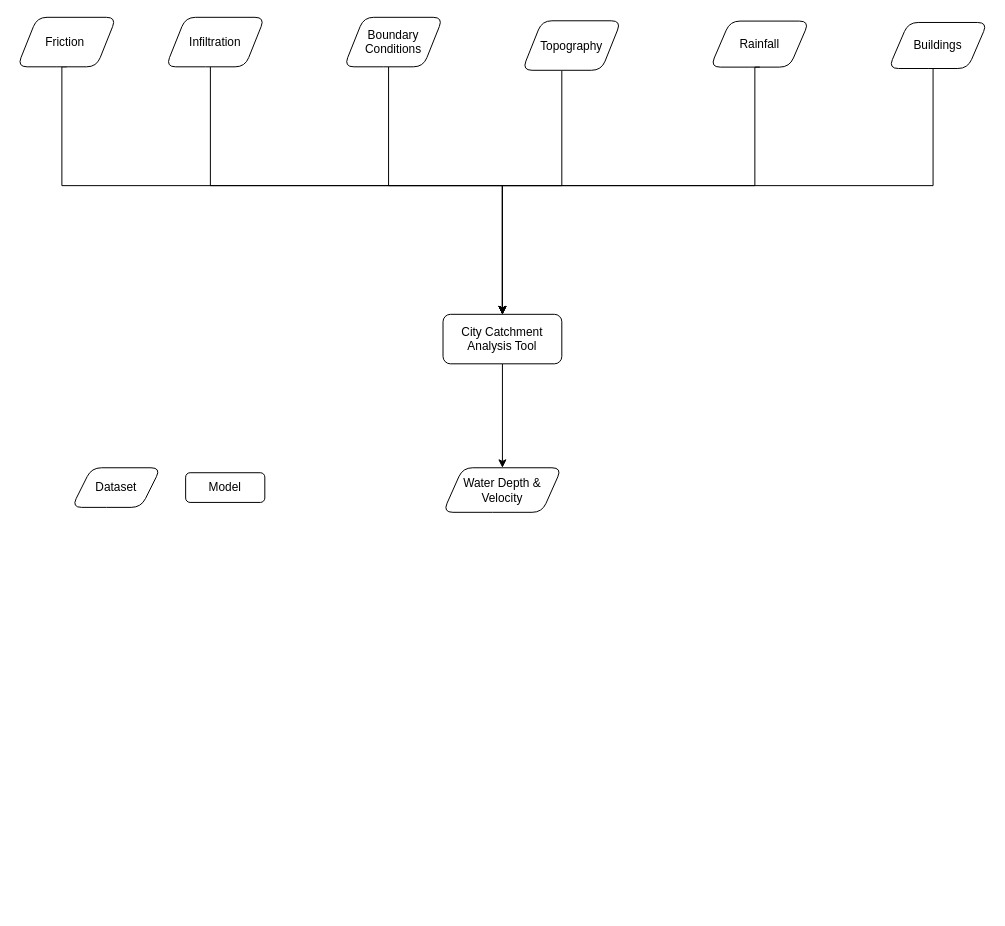
This is citycat/openclim-citycat-workflow.drawio from OpenCLIM/workflow-diagrams, a draw.io file, before an edit. Source tidied: cells renumbered, new cells numbered last; positions are measured from the earlier drawing's top-left corner, leaving out a move shared by most shapes. Both pictures are drawn from the tidied source at 99%, with x=0, y=0 at pixel (17, 17).
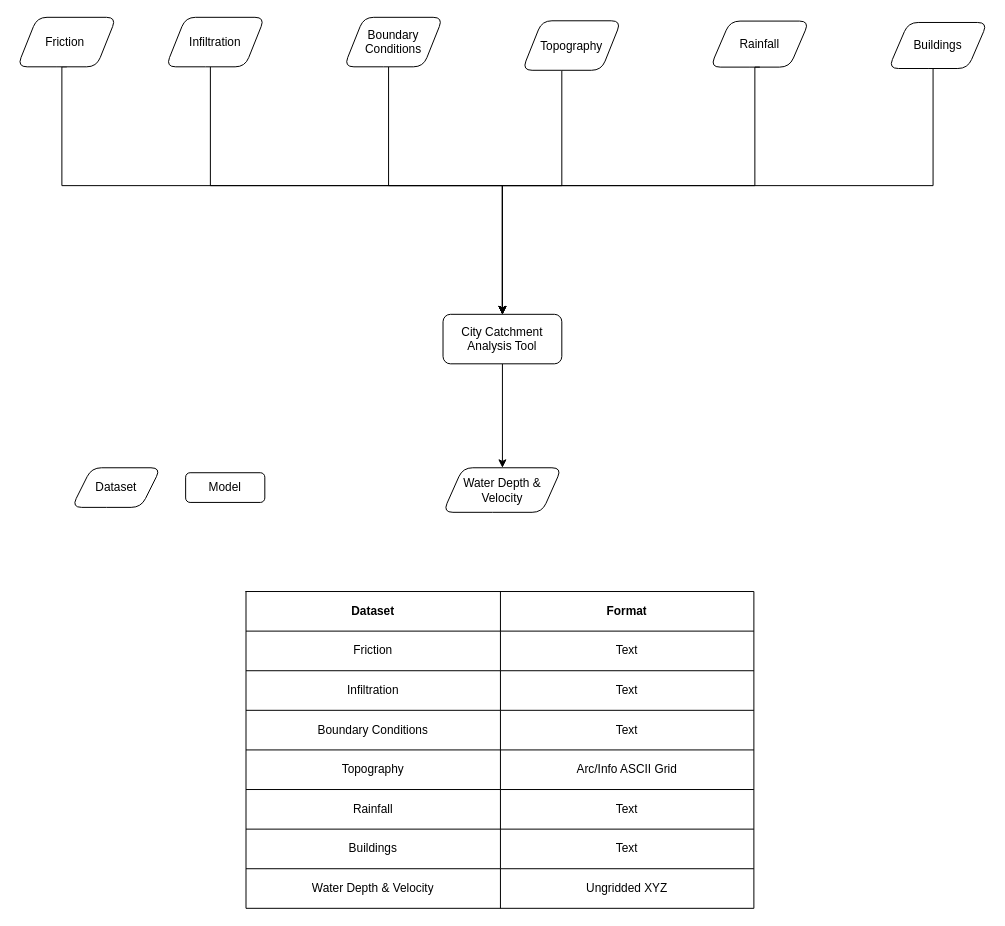
Above is the later version.

Commit message:
added formats table to citycat

The edit, as a diff of the source:
```diff
@@
+    <mxCell id="19" style="shape=table;html=1;whiteSpace=wrap;startSize=0;childLayout=tableLayout;spacingTop=0;" parent="1" vertex="1">
+      <mxGeometry x="231" y="580" width="513" height="320" as="geometry" />
+    </mxCell>
+    <mxCell id="20" style="shape=partialRectangle;html=1;whiteSpace=wrap;fillColor=none;top=0;left=0;bottom=0;right=0;" parent="19" vertex="1">
+      <mxGeometry width="513" height="40" as="geometry" />
+    </mxCell>
+    <mxCell id="21" value="&lt;b&gt;Dataset&lt;/b&gt;" style="shape=partialRectangle;html=1;whiteSpace=wrap;fillColor=none;top=0;left=0;bottom=0;right=0;overflow=hidden;" parent="20" vertex="1">
+      <mxGeometry width="257" height="40" as="geometry" />
+    </mxCell>
+    <mxCell id="22" value="&lt;b&gt;Format&lt;/b&gt;" style="shape=partialRectangle;html=1;whiteSpace=wrap;fillColor=none;top=0;left=0;bottom=0;right=0;overflow=hidden;" parent="20" vertex="1">
+      <mxGeometry x="257" width="256" height="40" as="geometry" />
+    </mxCell>
+    <mxCell id="23" style="shape=partialRectangle;html=1;whiteSpace=wrap;fillColor=none;top=0;left=0;bottom=0;right=0;" parent="19" vertex="1">
+      <mxGeometry y="40" width="513" height="40" as="geometry" />
+    </mxCell>
+    <mxCell id="24" value="Friction" style="shape=partialRectangle;html=1;whiteSpace=wrap;fillColor=none;top=0;left=0;bottom=0;right=0;overflow=hidden;" parent="23" vertex="1">
+      <mxGeometry width="257" height="40" as="geometry" />
+    </mxCell>
+    <mxCell id="25" value="Text" style="shape=partialRectangle;html=1;whiteSpace=wrap;fillColor=none;top=0;left=0;bottom=0;right=0;overflow=hidden;" parent="23" vertex="1">
+      <mxGeometry x="257" width="256" height="40" as="geometry" />
+    </mxCell>
+    <mxCell id="26" style="shape=partialRectangle;html=1;whiteSpace=wrap;fillColor=none;top=0;left=0;bottom=0;right=0;" parent="19" vertex="1">
+      <mxGeometry y="80" width="513" height="40" as="geometry" />
+    </mxCell>
+    <mxCell id="27" value="Infiltration" style="shape=partialRectangle;html=1;whiteSpace=wrap;fillColor=none;top=0;left=0;bottom=0;right=0;overflow=hidden;" parent="26" vertex="1">
+      <mxGeometry width="257" height="40" as="geometry" />
+    </mxCell>
+    <mxCell id="28" value="Text" style="shape=partialRectangle;html=1;whiteSpace=wrap;fillColor=none;top=0;left=0;bottom=0;right=0;overflow=hidden;" parent="26" vertex="1">
+      <mxGeometry x="257" width="256" height="40" as="geometry" />
+    </mxCell>
+    <mxCell id="29" style="shape=partialRectangle;html=1;whiteSpace=wrap;fillColor=none;top=0;left=0;bottom=0;right=0;" parent="19" vertex="1">
+      <mxGeometry y="120" width="513" height="40" as="geometry" />
+    </mxCell>
+    <mxCell id="30" value="Boundary Conditions" style="shape=partialRectangle;html=1;whiteSpace=wrap;fillColor=none;top=0;left=0;bottom=0;right=0;overflow=hidden;" parent="29" vertex="1">
+      <mxGeometry width="257" height="40" as="geometry" />
+    </mxCell>
+    <mxCell id="31" value="Text" style="shape=partialRectangle;html=1;whiteSpace=wrap;fillColor=none;top=0;left=0;bottom=0;right=0;overflow=hidden;" parent="29" vertex="1">
+      <mxGeometry x="257" width="256" height="40" as="geometry" />
+    </mxCell>
+    <mxCell id="32" style="shape=partialRectangle;html=1;whiteSpace=wrap;fillColor=none;top=0;left=0;bottom=0;right=0;" parent="19" vertex="1">
+      <mxGeometry y="160" width="513" height="40" as="geometry" />
+    </mxCell>
+    <mxCell id="33" value="Topography" style="shape=partialRectangle;html=1;whiteSpace=wrap;fillColor=none;top=0;left=0;bottom=0;right=0;overflow=hidden;" parent="32" vertex="1">
+      <mxGeometry width="257" height="40" as="geometry" />
+    </mxCell>
+    <mxCell id="34" value="Arc/Info ASCII Grid" style="shape=partialRectangle;html=1;whiteSpace=wrap;fillColor=none;top=0;left=0;bottom=0;right=0;overflow=hidden;" parent="32" vertex="1">
+      <mxGeometry x="257" width="256" height="40" as="geometry" />
+    </mxCell>
+    <mxCell id="35" style="shape=partialRectangle;html=1;whiteSpace=wrap;fillColor=none;top=0;left=0;bottom=0;right=0;" parent="19" vertex="1">
+      <mxGeometry y="200" width="513" height="40" as="geometry" />
+    </mxCell>
+    <mxCell id="36" value="Rainfall" style="shape=partialRectangle;html=1;whiteSpace=wrap;fillColor=none;top=0;left=0;bottom=0;right=0;overflow=hidden;" parent="35" vertex="1">
+      <mxGeometry width="257" height="40" as="geometry" />
+    </mxCell>
+    <mxCell id="37" value="Text" style="shape=partialRectangle;html=1;whiteSpace=wrap;fillColor=none;top=0;left=0;bottom=0;right=0;overflow=hidden;" parent="35" vertex="1">
+      <mxGeometry x="257" width="256" height="40" as="geometry" />
+    </mxCell>
+    <mxCell id="38" style="shape=partialRectangle;html=1;whiteSpace=wrap;fillColor=none;top=0;left=0;bottom=0;right=0;" parent="19" vertex="1">
+      <mxGeometry y="240" width="513" height="40" as="geometry" />
+    </mxCell>
+    <mxCell id="39" value="Buildings" style="shape=partialRectangle;html=1;whiteSpace=wrap;fillColor=none;top=0;left=0;bottom=0;right=0;overflow=hidden;" parent="38" vertex="1">
+      <mxGeometry width="257" height="40" as="geometry" />
+    </mxCell>
+    <mxCell id="40" value="Text" style="shape=partialRectangle;html=1;whiteSpace=wrap;fillColor=none;top=0;left=0;bottom=0;right=0;overflow=hidden;" parent="38" vertex="1">
+      <mxGeometry x="257" width="256" height="40" as="geometry" />
+    </mxCell>
+    <mxCell id="41" style="shape=partialRectangle;html=1;whiteSpace=wrap;fillColor=none;top=0;left=0;bottom=0;right=0;" parent="19" vertex="1">
+      <mxGeometry y="280" width="513" height="40" as="geometry" />
+    </mxCell>
+    <mxCell id="42" value="Water Depth &amp;amp; Velocity" style="shape=partialRectangle;html=1;whiteSpace=wrap;fillColor=none;top=0;left=0;bottom=0;right=0;overflow=hidden;" parent="41" vertex="1">
+      <mxGeometry width="257" height="40" as="geometry" />
+    </mxCell>
+    <mxCell id="43" value="Ungridded XYZ" style="shape=partialRectangle;html=1;whiteSpace=wrap;fillColor=none;top=0;left=0;bottom=0;right=0;overflow=hidden;" parent="41" vertex="1">
+      <mxGeometry x="257" width="256" height="40" as="geometry" />
+    </mxCell>
```
